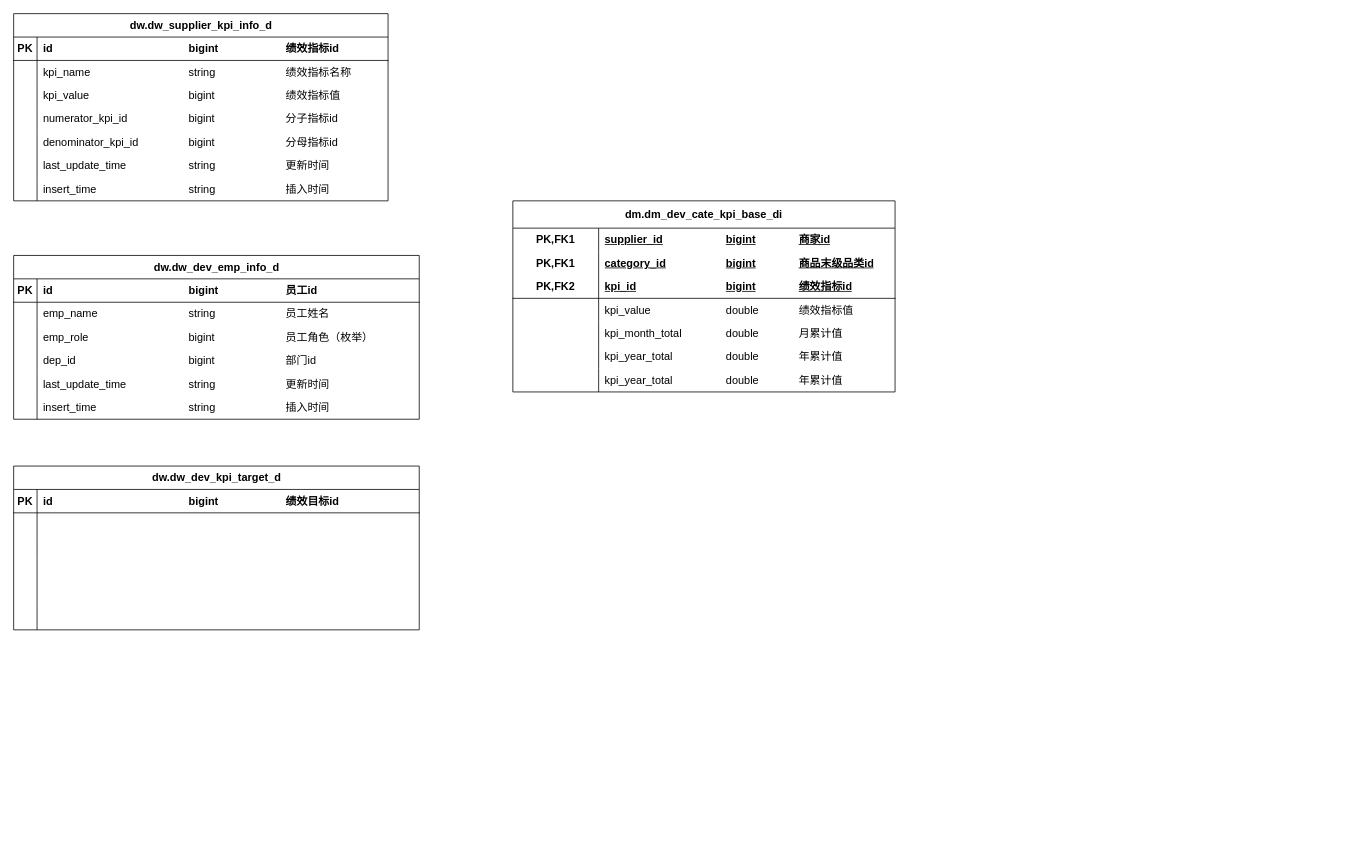
Above: 小二工作台首页.drawio in wangzijia122/drawio_repository (draw.io), before the change. Source tidied: cells renumbered, new cells numbered last; positions are measured from the earlier drawing's top-left corner, leaving out a move shared by most shapes. Both pictures are drawn from the tidied source at 78%, with x=0, y=0 at pixel (13, 13).
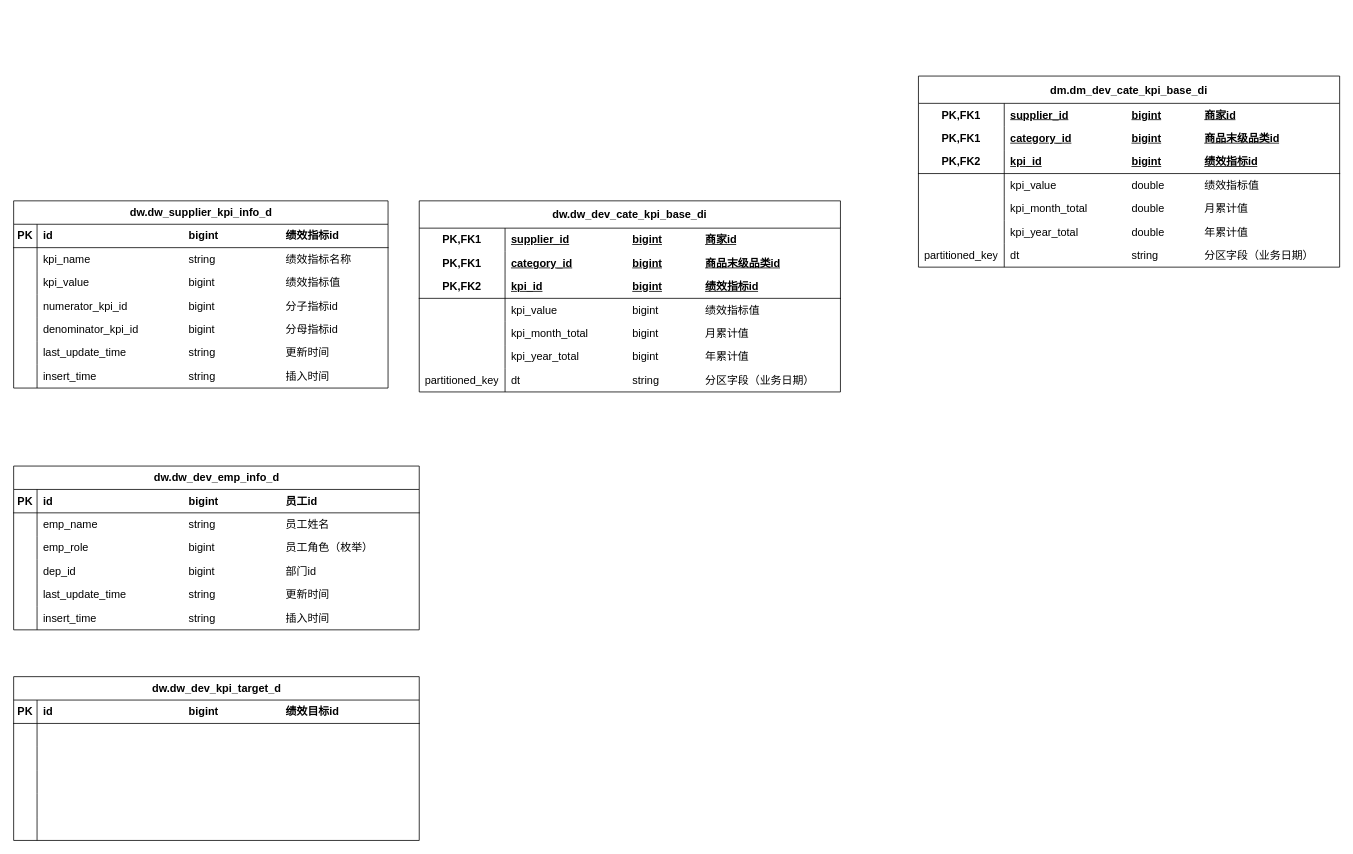
Above is the later version.

Commit message (it also covers changes not shown here):
更新小二工作台首页.drawio

The edit, as a diff of the source:
```diff
@@
     <mxCell id="2" value="dw.dw_supplier_kpi_info_d" style="shape=table;startSize=30;childLayout=tableLayout;rowLines=0;fontStyle=1;align=center;html=1;fontSize=14;" parent="1" vertex="1">
-      <mxGeometry width="480" height="240" as="geometry" />
+      <mxGeometry y="240" width="480" height="240" as="geometry" />
     </mxCell>
@@
     <mxCell id="24" value="dw.dw_dev_emp_info_d" style="shape=table;startSize=30;childLayout=tableLayout;rowLines=0;fontStyle=1;align=center;html=1;fontSize=14;" parent="1" vertex="1">
-      <mxGeometry y="310" width="520" height="210" as="geometry" />
+      <mxGeometry y="580" width="520" height="210" as="geometry" />
     </mxCell>
@@
     <mxCell id="43" value="dw.dw_dev_kpi_target_d" style="shape=table;startSize=30;childLayout=tableLayout;rowLines=0;fontStyle=1;align=center;html=1;fontSize=14;" parent="1" vertex="1">
-      <mxGeometry y="580" width="520" height="210" as="geometry" />
+      <mxGeometry y="850" width="520" height="210" as="geometry" />
     </mxCell>
@@
-    <mxCell id="62" value="dm.dm_dev_cate_kpi_base_di" style="shape=table;startSize=35;childLayout=tableLayout;rowLines=0;fontStyle=1;align=center;html=1;whiteSpace=wrap;fontSize=14;" parent="1" vertex="1">
-      <mxGeometry x="640" y="240" width="490" height="245" as="geometry" />
+    <mxCell id="62" value="dw.dw_dev_cate_kpi_base_di" style="shape=table;startSize=35;childLayout=tableLayout;rowLines=0;fontStyle=1;align=center;html=1;whiteSpace=wrap;fontSize=14;" parent="1" vertex="1">
+      <mxGeometry x="520" y="240" width="540" height="245" as="geometry" />
     </mxCell>
     <mxCell id="63" style="shape=tableRow;horizontal=0;startSize=0;swimlaneHead=0;swimlaneBody=0;fillColor=none;top=0;left=0;right=0;bottom=0;html=1;fontSize=14;" parent="62" vertex="1">
-      <mxGeometry y="35" width="490" height="30" as="geometry" />
+      <mxGeometry y="35" width="540" height="30" as="geometry" />
     </mxCell>
@@
     <mxCell id="65" value="supplier_id&lt;span style=&quot;white-space: pre;&quot;&gt;&#9;&lt;/span&gt;&lt;span style=&quot;white-space: pre;&quot;&gt;&#9;&lt;/span&gt;&lt;span style=&quot;white-space: pre;&quot;&gt;&#9;&lt;/span&gt;bigint&lt;span style=&quot;white-space: pre;&quot;&gt;&#9;&lt;span style=&quot;white-space: pre;&quot;&gt;&#9;&lt;/span&gt;&lt;/span&gt;商家id" style="shape=partialRectangle;fillColor=none;top=0;left=0;bottom=0;right=0;align=left;spacingLeft=6;fontStyle=5;overflow=hidden;html=1;whiteSpace=wrap;fontSize=14;" parent="63" vertex="1">
-      <mxGeometry x="110" width="380" height="30" as="geometry" />
+      <mxGeometry x="110" width="430" height="30" as="geometry" />
     </mxCell>
     <mxCell id="66" style="shape=tableRow;horizontal=0;startSize=0;swimlaneHead=0;swimlaneBody=0;fillColor=none;top=0;left=0;right=0;bottom=0;html=1;fontSize=14;" parent="62" vertex="1">
-      <mxGeometry y="65" width="490" height="30" as="geometry" />
+      <mxGeometry y="65" width="540" height="30" as="geometry" />
     </mxCell>
@@
     <mxCell id="68" value="category_id&lt;span style=&quot;white-space: pre;&quot;&gt;&#9;&lt;/span&gt;&lt;span style=&quot;white-space: pre;&quot;&gt;&#9;&lt;/span&gt;&lt;span style=&quot;white-space: pre;&quot;&gt;&#9;&lt;/span&gt;bigint&lt;span style=&quot;white-space: pre;&quot;&gt;&#9;&lt;span style=&quot;white-space: pre;&quot;&gt;&#9;&lt;/span&gt;商品&lt;/span&gt;末级品类id" style="shape=partialRectangle;fillColor=none;top=0;left=0;bottom=0;right=0;align=left;spacingLeft=6;fontStyle=5;overflow=hidden;html=1;whiteSpace=wrap;fontSize=14;" parent="66" vertex="1">
-      <mxGeometry x="110" width="380" height="30" as="geometry" />
+      <mxGeometry x="110" width="430" height="30" as="geometry" />
     </mxCell>
     <mxCell id="69" style="shape=tableRow;horizontal=0;startSize=0;swimlaneHead=0;swimlaneBody=0;fillColor=none;top=0;left=0;right=0;bottom=1;html=1;fontSize=14;" parent="62" vertex="1">
-      <mxGeometry y="95" width="490" height="30" as="geometry" />
+      <mxGeometry y="95" width="540" height="30" as="geometry" />
     </mxCell>
@@
     <mxCell id="71" value="kpi_id&lt;span style=&quot;white-space: pre;&quot;&gt;&#9;&lt;/span&gt;&lt;span style=&quot;white-space: pre;&quot;&gt;&#9;&lt;/span&gt;&lt;span style=&quot;white-space: pre;&quot;&gt;&#9;&lt;/span&gt;&lt;span style=&quot;white-space: pre;&quot;&gt;&#9;&lt;/span&gt;bigint&lt;span style=&quot;white-space: pre;&quot;&gt;&#9;&lt;/span&gt;&lt;span style=&quot;white-space: pre;&quot;&gt;&#9;&lt;/span&gt;绩效指标id" style="shape=partialRectangle;fillColor=none;top=0;left=0;bottom=0;right=0;align=left;spacingLeft=6;fontStyle=5;overflow=hidden;html=1;whiteSpace=wrap;fontSize=14;" parent="69" vertex="1">
-      <mxGeometry x="110" width="380" height="30" as="geometry" />
+      <mxGeometry x="110" width="430" height="30" as="geometry" />
     </mxCell>
     <mxCell id="72" style="shape=tableRow;horizontal=0;startSize=0;swimlaneHead=0;swimlaneBody=0;fillColor=none;top=0;left=0;right=0;bottom=0;html=1;fontSize=14;" parent="62" vertex="1">
-      <mxGeometry y="125" width="490" height="30" as="geometry" />
+      <mxGeometry y="125" width="540" height="30" as="geometry" />
     </mxCell>
@@
-    <mxCell id="74" value="kpi_value&lt;span style=&quot;white-space: pre;&quot;&gt;&#9;&lt;/span&gt;&lt;span style=&quot;white-space: pre;&quot;&gt;&#9;&lt;/span&gt;&lt;span style=&quot;white-space: pre;&quot;&gt;&#9;&lt;/span&gt;&lt;span style=&quot;white-space: pre;&quot;&gt;&#9;&lt;/span&gt;double&lt;span style=&quot;white-space: pre;&quot;&gt;&#9;&lt;/span&gt;&lt;span style=&quot;white-space: pre;&quot;&gt;&#9;&lt;/span&gt;绩效指标值" style="shape=partialRectangle;fillColor=none;top=0;left=0;bottom=0;right=0;align=left;spacingLeft=6;overflow=hidden;html=1;whiteSpace=wrap;fontSize=14;" parent="72" vertex="1">
-      <mxGeometry x="110" width="380" height="30" as="geometry" />
+    <mxCell id="74" value="kpi_value&lt;span style=&quot;white-space: pre;&quot;&gt;&#9;&lt;/span&gt;&lt;span style=&quot;white-space: pre;&quot;&gt;&#9;&lt;/span&gt;&lt;span style=&quot;white-space: pre;&quot;&gt;&#9;&lt;/span&gt;&lt;span style=&quot;white-space: pre;&quot;&gt;&#9;&lt;/span&gt;bigint&lt;span style=&quot;white-space: pre;&quot;&gt;&#9;&lt;/span&gt;&lt;span style=&quot;white-space: pre;&quot;&gt;&#9;&lt;/span&gt;绩效指标值" style="shape=partialRectangle;fillColor=none;top=0;left=0;bottom=0;right=0;align=left;spacingLeft=6;overflow=hidden;html=1;whiteSpace=wrap;fontSize=14;" parent="72" vertex="1">
+      <mxGeometry x="110" width="430" height="30" as="geometry" />
     </mxCell>
     <mxCell id="75" style="shape=tableRow;horizontal=0;startSize=0;swimlaneHead=0;swimlaneBody=0;fillColor=none;top=0;left=0;right=0;bottom=0;html=1;fontSize=14;" parent="62" vertex="1">
-      <mxGeometry y="155" width="490" height="30" as="geometry" />
+      <mxGeometry y="155" width="540" height="30" as="geometry" />
     </mxCell>
@@
-    <mxCell id="77" value="kpi_month_total&lt;span style=&quot;white-space: pre;&quot;&gt;&#9;&lt;/span&gt;&lt;span style=&quot;white-space: pre;&quot;&gt;&#9;&lt;/span&gt;double&lt;span style=&quot;white-space: pre;&quot;&gt;&#9;&lt;/span&gt;&lt;span style=&quot;white-space: pre;&quot;&gt;&#9;&lt;/span&gt;月累计值" style="shape=partialRectangle;fillColor=none;top=0;left=0;bottom=0;right=0;align=left;spacingLeft=6;overflow=hidden;html=1;whiteSpace=wrap;fontSize=14;" parent="75" vertex="1">
-      <mxGeometry x="110" width="380" height="30" as="geometry" />
+    <mxCell id="77" value="kpi_month_total&lt;span style=&quot;white-space: pre;&quot;&gt;&#9;&lt;/span&gt;&lt;span style=&quot;white-space: pre;&quot;&gt;&#9;&lt;/span&gt;bigint&lt;span style=&quot;white-space: pre;&quot;&gt;&#9;&lt;/span&gt;&lt;span style=&quot;white-space: pre;&quot;&gt;&#9;&lt;/span&gt;月累计值" style="shape=partialRectangle;fillColor=none;top=0;left=0;bottom=0;right=0;align=left;spacingLeft=6;overflow=hidden;html=1;whiteSpace=wrap;fontSize=14;" parent="75" vertex="1">
+      <mxGeometry x="110" width="430" height="30" as="geometry" />
     </mxCell>
     <mxCell id="78" style="shape=tableRow;horizontal=0;startSize=0;swimlaneHead=0;swimlaneBody=0;fillColor=none;top=0;left=0;right=0;bottom=0;html=1;fontSize=14;" parent="62" vertex="1">
-      <mxGeometry y="185" width="490" height="30" as="geometry" />
+      <mxGeometry y="185" width="540" height="30" as="geometry" />
     </mxCell>
@@
-    <mxCell id="80" value="kpi_year_total&lt;span style=&quot;white-space: pre;&quot;&gt;&#9;&lt;/span&gt;&lt;span style=&quot;white-space: pre;&quot;&gt;&#9;&lt;span style=&quot;white-space: pre;&quot;&gt;&#9;&lt;/span&gt;&lt;/span&gt;double&lt;span style=&quot;white-space: pre;&quot;&gt;&#9;&lt;/span&gt;&lt;span style=&quot;white-space: pre;&quot;&gt;&#9;&lt;/span&gt;年累计值" style="shape=partialRectangle;fillColor=none;top=0;left=0;bottom=0;right=0;align=left;spacingLeft=6;overflow=hidden;html=1;whiteSpace=wrap;fontSize=14;" parent="78" vertex="1">
-      <mxGeometry x="110" width="380" height="30" as="geometry" />
+    <mxCell id="80" value="kpi_year_total&lt;span style=&quot;white-space: pre;&quot;&gt;&#9;&lt;/span&gt;&lt;span style=&quot;white-space: pre;&quot;&gt;&#9;&lt;span style=&quot;white-space: pre;&quot;&gt;&#9;&lt;/span&gt;&lt;/span&gt;bigint&lt;span style=&quot;white-space: pre;&quot;&gt;&#9;&lt;/span&gt;&lt;span style=&quot;white-space: pre;&quot;&gt;&#9;&lt;/span&gt;年累计值" style="shape=partialRectangle;fillColor=none;top=0;left=0;bottom=0;right=0;align=left;spacingLeft=6;overflow=hidden;html=1;whiteSpace=wrap;fontSize=14;" parent="78" vertex="1">
+      <mxGeometry x="110" width="430" height="30" as="geometry" />
     </mxCell>
-    <mxCell id="81" style="shape=tableRow;horizontal=0;startSize=0;swimlaneHead=0;swimlaneBody=0;fillColor=none;top=0;left=0;right=0;bottom=0;html=1;fontSize=14;" parent="62" vertex="1">
-      <mxGeometry y="215" width="490" height="30" as="geometry" />
-    </mxCell>
-    <mxCell id="82" style="shape=partialRectangle;fillColor=none;top=0;left=0;bottom=0;right=0;overflow=hidden;html=1;whiteSpace=wrap;fontSize=14;" parent="81" vertex="1">
-      <mxGeometry width="110" height="30" as="geometry" />
-    </mxCell>
+    <mxCell id="84" style="shape=tableRow;horizontal=0;startSize=0;swimlaneHead=0;swimlaneBody=0;fillColor=none;top=0;left=0;right=0;bottom=0;html=1;fontSize=14;" parent="62" vertex="1">
+      <mxGeometry y="215" width="540" height="30" as="geometry" />
+    </mxCell>
+    <mxCell id="85" value="partitioned_key" style="shape=partialRectangle;fillColor=none;top=0;left=0;bottom=0;right=0;overflow=hidden;html=1;whiteSpace=wrap;fontSize=14;" parent="84" vertex="1">
+      <mxGeometry width="110" height="30" as="geometry" />
+    </mxCell>
+    <mxCell id="86" value="dt&lt;span style=&quot;white-space: pre;&quot;&gt;&#9;&lt;/span&gt;&lt;span style=&quot;white-space: pre;&quot;&gt;&#9;&lt;span style=&quot;white-space: pre;&quot;&gt;&#9;&lt;span style=&quot;white-space: pre;&quot;&gt;&#9;&lt;/span&gt;&lt;span style=&quot;white-space: pre;&quot;&gt;&#9;&lt;/span&gt;&lt;/span&gt;&lt;/span&gt;string&lt;span style=&quot;white-space: pre;&quot;&gt;&#9;&lt;/span&gt;&lt;span style=&quot;white-space: pre;&quot;&gt;&#9;&lt;/span&gt;分区字段（业务日期）" style="shape=partialRectangle;fillColor=none;top=0;left=0;bottom=0;right=0;align=left;spacingLeft=6;overflow=hidden;html=1;whiteSpace=wrap;fontSize=14;" parent="84" vertex="1">
+      <mxGeometry x="110" width="430" height="30" as="geometry" />
+    </mxCell>
+    <mxCell id="87" value="dm.dm_dev_cate_kpi_base_di" style="shape=table;startSize=35;childLayout=tableLayout;rowLines=0;fontStyle=1;align=center;html=1;whiteSpace=wrap;fontSize=14;" parent="1" vertex="1">
+      <mxGeometry x="1160" y="80" width="540" height="245" as="geometry" />
+    </mxCell>
+    <mxCell id="88" style="shape=tableRow;horizontal=0;startSize=0;swimlaneHead=0;swimlaneBody=0;fillColor=none;top=0;left=0;right=0;bottom=0;html=1;fontSize=14;" parent="87" vertex="1">
+      <mxGeometry y="35" width="540" height="30" as="geometry" />
+    </mxCell>
+    <mxCell id="89" value="PK,FK1" style="shape=partialRectangle;fillColor=none;top=0;left=0;bottom=0;right=0;fontStyle=1;overflow=hidden;html=1;whiteSpace=wrap;fontSize=14;" parent="88" vertex="1">
+      <mxGeometry width="110" height="30" as="geometry" />
+    </mxCell>
+    <mxCell id="90" value="supplier_id&lt;span style=&quot;white-space: pre;&quot;&gt;&#9;&lt;/span&gt;&lt;span style=&quot;white-space: pre;&quot;&gt;&#9;&lt;/span&gt;&lt;span style=&quot;white-space: pre;&quot;&gt;&#9;&lt;/span&gt;bigint&lt;span style=&quot;white-space: pre;&quot;&gt;&#9;&lt;span style=&quot;white-space: pre;&quot;&gt;&#9;&lt;/span&gt;&lt;/span&gt;商家id" style="shape=partialRectangle;fillColor=none;top=0;left=0;bottom=0;right=0;align=left;spacingLeft=6;fontStyle=5;overflow=hidden;html=1;whiteSpace=wrap;fontSize=14;" parent="88" vertex="1">
+      <mxGeometry x="110" width="430" height="30" as="geometry" />
+    </mxCell>
+    <mxCell id="91" style="shape=tableRow;horizontal=0;startSize=0;swimlaneHead=0;swimlaneBody=0;fillColor=none;top=0;left=0;right=0;bottom=0;html=1;fontSize=14;" parent="87" vertex="1">
+      <mxGeometry y="65" width="540" height="30" as="geometry" />
+    </mxCell>
+    <mxCell id="92" value="PK,FK1" style="shape=partialRectangle;fillColor=none;top=0;left=0;bottom=0;right=0;fontStyle=1;overflow=hidden;html=1;whiteSpace=wrap;fontSize=14;" parent="91" vertex="1">
+      <mxGeometry width="110" height="30" as="geometry" />
+    </mxCell>
+    <mxCell id="93" value="category_id&lt;span style=&quot;white-space: pre;&quot;&gt;&#9;&lt;/span&gt;&lt;span style=&quot;white-space: pre;&quot;&gt;&#9;&lt;/span&gt;&lt;span style=&quot;white-space: pre;&quot;&gt;&#9;&lt;/span&gt;bigint&lt;span style=&quot;white-space: pre;&quot;&gt;&#9;&lt;span style=&quot;white-space: pre;&quot;&gt;&#9;&lt;/span&gt;商品&lt;/span&gt;末级品类id" style="shape=partialRectangle;fillColor=none;top=0;left=0;bottom=0;right=0;align=left;spacingLeft=6;fontStyle=5;overflow=hidden;html=1;whiteSpace=wrap;fontSize=14;" parent="91" vertex="1">
+      <mxGeometry x="110" width="430" height="30" as="geometry" />
+    </mxCell>
+    <mxCell id="94" style="shape=tableRow;horizontal=0;startSize=0;swimlaneHead=0;swimlaneBody=0;fillColor=none;top=0;left=0;right=0;bottom=1;html=1;fontSize=14;" parent="87" vertex="1">
+      <mxGeometry y="95" width="540" height="30" as="geometry" />
+    </mxCell>
+    <mxCell id="95" value="PK,FK2" style="shape=partialRectangle;fillColor=none;top=0;left=0;bottom=0;right=0;fontStyle=1;overflow=hidden;html=1;whiteSpace=wrap;fontSize=14;" parent="94" vertex="1">
+      <mxGeometry width="110" height="30" as="geometry" />
+    </mxCell>
+    <mxCell id="96" value="kpi_id&lt;span style=&quot;white-space: pre;&quot;&gt;&#9;&lt;/span&gt;&lt;span style=&quot;white-space: pre;&quot;&gt;&#9;&lt;/span&gt;&lt;span style=&quot;white-space: pre;&quot;&gt;&#9;&lt;/span&gt;&lt;span style=&quot;white-space: pre;&quot;&gt;&#9;&lt;/span&gt;bigint&lt;span style=&quot;white-space: pre;&quot;&gt;&#9;&lt;/span&gt;&lt;span style=&quot;white-space: pre;&quot;&gt;&#9;&lt;/span&gt;绩效指标id" style="shape=partialRectangle;fillColor=none;top=0;left=0;bottom=0;right=0;align=left;spacingLeft=6;fontStyle=5;overflow=hidden;html=1;whiteSpace=wrap;fontSize=14;" parent="94" vertex="1">
+      <mxGeometry x="110" width="430" height="30" as="geometry" />
+    </mxCell>
+    <mxCell id="97" style="shape=tableRow;horizontal=0;startSize=0;swimlaneHead=0;swimlaneBody=0;fillColor=none;top=0;left=0;right=0;bottom=0;html=1;fontSize=14;" parent="87" vertex="1">
+      <mxGeometry y="125" width="540" height="30" as="geometry" />
+    </mxCell>
+    <mxCell id="98" style="shape=partialRectangle;fillColor=none;top=0;left=0;bottom=0;right=0;overflow=hidden;html=1;whiteSpace=wrap;fontSize=14;" parent="97" vertex="1">
+      <mxGeometry width="110" height="30" as="geometry" />
+    </mxCell>
+    <mxCell id="99" value="kpi_value&lt;span style=&quot;white-space: pre;&quot;&gt;&#9;&lt;/span&gt;&lt;span style=&quot;white-space: pre;&quot;&gt;&#9;&lt;/span&gt;&lt;span style=&quot;white-space: pre;&quot;&gt;&#9;&lt;/span&gt;&lt;span style=&quot;white-space: pre;&quot;&gt;&#9;&lt;/span&gt;double&lt;span style=&quot;white-space: pre;&quot;&gt;&#9;&lt;/span&gt;&lt;span style=&quot;white-space: pre;&quot;&gt;&#9;&lt;/span&gt;绩效指标值" style="shape=partialRectangle;fillColor=none;top=0;left=0;bottom=0;right=0;align=left;spacingLeft=6;overflow=hidden;html=1;whiteSpace=wrap;fontSize=14;" parent="97" vertex="1">
+      <mxGeometry x="110" width="430" height="30" as="geometry" />
+    </mxCell>
+    <mxCell id="100" style="shape=tableRow;horizontal=0;startSize=0;swimlaneHead=0;swimlaneBody=0;fillColor=none;top=0;left=0;right=0;bottom=0;html=1;fontSize=14;" parent="87" vertex="1">
+      <mxGeometry y="155" width="540" height="30" as="geometry" />
+    </mxCell>
+    <mxCell id="101" style="shape=partialRectangle;fillColor=none;top=0;left=0;bottom=0;right=0;overflow=hidden;html=1;whiteSpace=wrap;fontSize=14;" parent="100" vertex="1">
+      <mxGeometry width="110" height="30" as="geometry" />
+    </mxCell>
+    <mxCell id="102" value="kpi_month_total&lt;span style=&quot;white-space: pre;&quot;&gt;&#9;&lt;/span&gt;&lt;span style=&quot;white-space: pre;&quot;&gt;&#9;&lt;/span&gt;double&lt;span style=&quot;white-space: pre;&quot;&gt;&#9;&lt;/span&gt;&lt;span style=&quot;white-space: pre;&quot;&gt;&#9;&lt;/span&gt;月累计值" style="shape=partialRectangle;fillColor=none;top=0;left=0;bottom=0;right=0;align=left;spacingLeft=6;overflow=hidden;html=1;whiteSpace=wrap;fontSize=14;" parent="100" vertex="1">
+      <mxGeometry x="110" width="430" height="30" as="geometry" />
+    </mxCell>
+    <mxCell id="103" style="shape=tableRow;horizontal=0;startSize=0;swimlaneHead=0;swimlaneBody=0;fillColor=none;top=0;left=0;right=0;bottom=0;html=1;fontSize=14;" parent="87" vertex="1">
+      <mxGeometry y="185" width="540" height="30" as="geometry" />
+    </mxCell>
+    <mxCell id="104" style="shape=partialRectangle;fillColor=none;top=0;left=0;bottom=0;right=0;overflow=hidden;html=1;whiteSpace=wrap;fontSize=14;" parent="103" vertex="1">
+      <mxGeometry width="110" height="30" as="geometry" />
+    </mxCell>
-    <mxCell id="83" value="kpi_year_total&lt;span style=&quot;white-space: pre;&quot;&gt;&#9;&lt;/span&gt;&lt;span style=&quot;white-space: pre;&quot;&gt;&#9;&lt;span style=&quot;white-space: pre;&quot;&gt;&#9;&lt;/span&gt;&lt;/span&gt;double&lt;span style=&quot;white-space: pre;&quot;&gt;&#9;&lt;/span&gt;&lt;span style=&quot;white-space: pre;&quot;&gt;&#9;&lt;/span&gt;年累计值" style="shape=partialRectangle;fillColor=none;top=0;left=0;bottom=0;right=0;align=left;spacingLeft=6;overflow=hidden;html=1;whiteSpace=wrap;fontSize=14;" parent="81" vertex="1">
-      <mxGeometry x="110" width="380" height="30" as="geometry" />
+    <mxCell id="83" value="kpi_year_total&lt;span style=&quot;white-space: pre;&quot;&gt;&#9;&lt;/span&gt;&lt;span style=&quot;white-space: pre;&quot;&gt;&#9;&lt;span style=&quot;white-space: pre;&quot;&gt;&#9;&lt;/span&gt;&lt;/span&gt;double&lt;span style=&quot;white-space: pre;&quot;&gt;&#9;&lt;/span&gt;&lt;span style=&quot;white-space: pre;&quot;&gt;&#9;&lt;/span&gt;年累计值" style="shape=partialRectangle;fillColor=none;top=0;left=0;bottom=0;right=0;align=left;spacingLeft=6;overflow=hidden;html=1;whiteSpace=wrap;fontSize=14;" parent="103" vertex="1">
+      <mxGeometry x="110" width="430" height="30" as="geometry" />
     </mxCell>
+    <mxCell id="105" style="shape=tableRow;horizontal=0;startSize=0;swimlaneHead=0;swimlaneBody=0;fillColor=none;top=0;left=0;right=0;bottom=0;html=1;fontSize=14;" parent="87" vertex="1">
+      <mxGeometry y="215" width="540" height="30" as="geometry" />
+    </mxCell>
+    <mxCell id="106" value="partitioned_key" style="shape=partialRectangle;fillColor=none;top=0;left=0;bottom=0;right=0;overflow=hidden;html=1;whiteSpace=wrap;fontSize=14;" parent="105" vertex="1">
+      <mxGeometry width="110" height="30" as="geometry" />
+    </mxCell>
+    <mxCell id="107" value="dt&lt;span style=&quot;white-space: pre;&quot;&gt;&#9;&lt;/span&gt;&lt;span style=&quot;white-space: pre;&quot;&gt;&#9;&lt;span style=&quot;white-space: pre;&quot;&gt;&#9;&lt;span style=&quot;white-space: pre;&quot;&gt;&#9;&lt;/span&gt;&lt;span style=&quot;white-space: pre;&quot;&gt;&#9;&lt;/span&gt;&lt;/span&gt;&lt;/span&gt;string&lt;span style=&quot;white-space: pre;&quot;&gt;&#9;&lt;/span&gt;&lt;span style=&quot;white-space: pre;&quot;&gt;&#9;&lt;/span&gt;分区字段（业务日期）" style="shape=partialRectangle;fillColor=none;top=0;left=0;bottom=0;right=0;align=left;spacingLeft=6;overflow=hidden;html=1;whiteSpace=wrap;fontSize=14;" parent="105" vertex="1">
+      <mxGeometry x="110" width="430" height="30" as="geometry" />
+    </mxCell>
```
